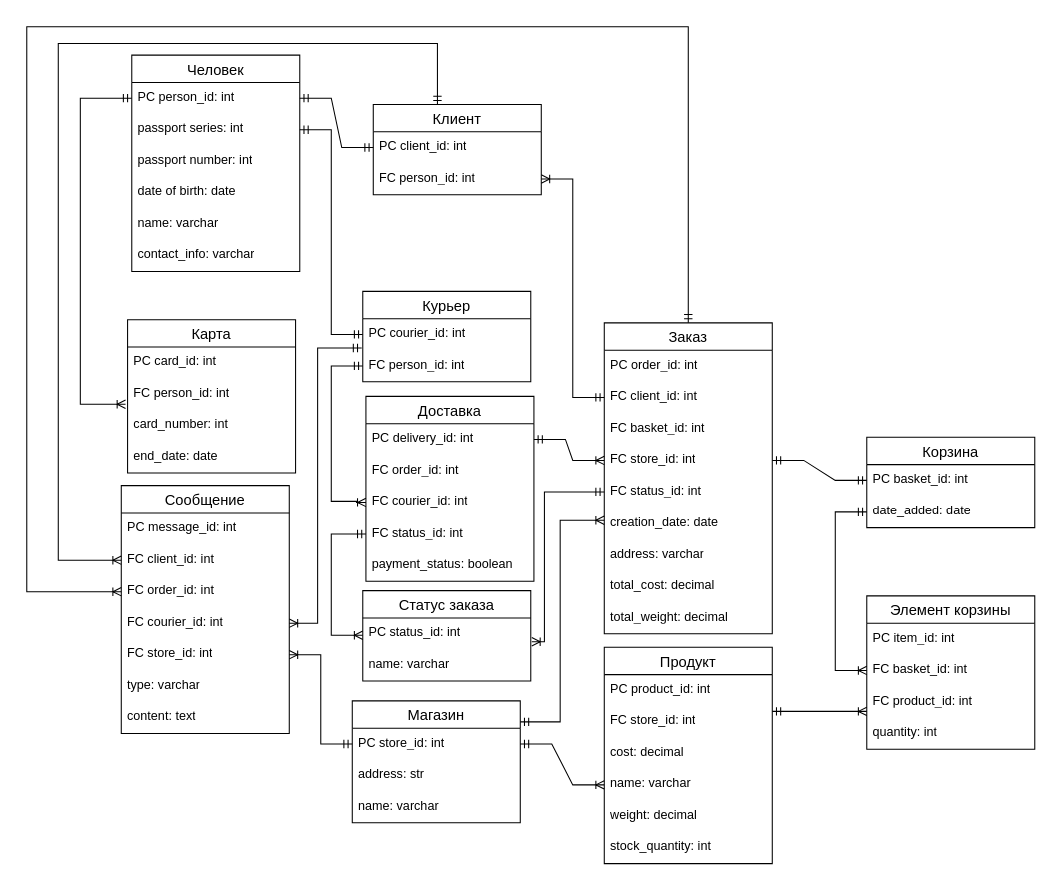
Above: сделанное дела/ER.drawio in 6Ranil6/BD_for_ordering_products (draw.io), before the change. Source tidied: cells renumbered, new cells numbered last; positions are measured from the earlier drawing's top-left corner, leaving out a move shared by most shapes. Both pictures are drawn from the tidied source at 105%, with x=0, y=0 at pixel (26, 26).
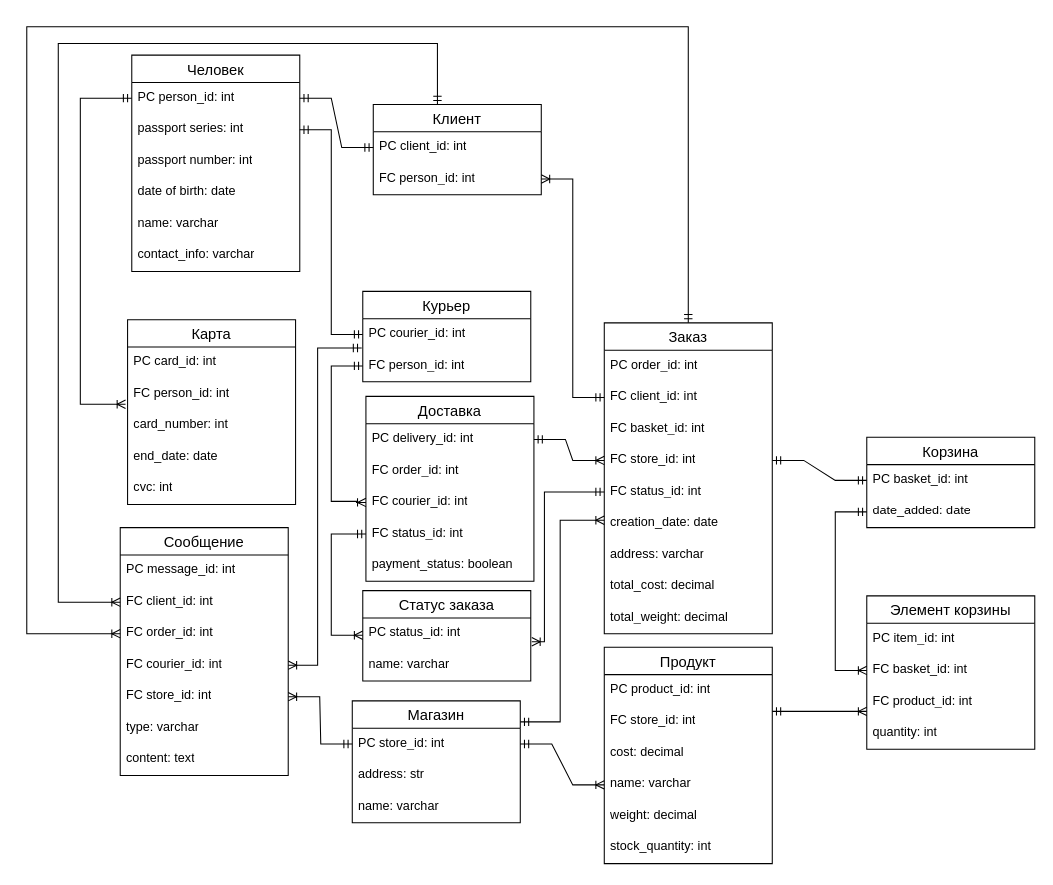
After the change.

The change refers to these unchanged cells:
```xml
<mxCell id="2" value="Заказ" style="swimlane;fontStyle=0;horizontal=1;startSize=26;align=center;fontSize=14;" parent="1" vertex="1">
  <mxGeometry x="550" y="282" width="160" height="296" as="geometry" />
</mxCell>
<mxCell id="16" value="Клиент" style="swimlane;fontStyle=0;horizontal=1;startSize=26;align=center;fontSize=14;" parent="1" vertex="1">
  <mxGeometry x="330" y="74" width="160" height="86" as="geometry" />
</mxCell>
<mxCell id="58" value="FC client_id: int" style="text;strokeColor=none;fillColor=none;spacingLeft=4;spacingRight=4;overflow=hidden;points=[[0,0.5],[1,0.5]];portConstraint=eastwest;fontSize=12;whiteSpace=wrap;html=1;" parent="56" vertex="1">
  <mxGeometry y="56" width="160" height="30" as="geometry" />
</mxCell>
<mxCell id="59" value="FC order_id: int" style="text;strokeColor=none;fillColor=none;spacingLeft=4;spacingRight=4;overflow=hidden;points=[[0,0.5],[1,0.5]];portConstraint=eastwest;fontSize=12;whiteSpace=wrap;html=1;" parent="56" vertex="1">
  <mxGeometry y="86" width="160" height="30" as="geometry" />
</mxCell>
<mxCell id="60" value="FC courier_id: int" style="text;strokeColor=none;fillColor=none;spacingLeft=4;spacingRight=4;overflow=hidden;points=[[0,0.5],[1,0.5]];portConstraint=eastwest;fontSize=12;whiteSpace=wrap;html=1;" parent="56" vertex="1">
  <mxGeometry y="116" width="160" height="30" as="geometry" />
</mxCell>
```

What changed in the source:
```diff
@@
     <mxCell id="19" value="Карта" style="swimlane;fontStyle=0;horizontal=1;startSize=26;align=center;fontSize=14;" parent="1" vertex="1">
-      <mxGeometry x="96" y="279" width="160" height="146" as="geometry" />
+      <mxGeometry x="96" y="279" width="160" height="176" as="geometry" />
     </mxCell>
@@
+    <mxCell id="83" value="cvc: int" style="text;strokeColor=none;fillColor=none;spacingLeft=4;spacingRight=4;overflow=hidden;fontSize=12;whiteSpace=wrap;html=1;" parent="19" vertex="1">
+      <mxGeometry y="146" width="160" height="30" as="geometry" />
+    </mxCell>
@@
     <mxCell id="56" value="Сообщение" style="swimlane;fontStyle=0;horizontal=1;startSize=26;align=center;fontSize=14;" parent="1" vertex="1">
-      <mxGeometry x="90" y="437" width="160" height="236" as="geometry" />
+      <mxGeometry x="89" y="477" width="160" height="236" as="geometry" />
     </mxCell>
@@
     <mxCell id="73" style="edgeStyle=orthogonalEdgeStyle;fontSize=12;html=1;endArrow=ERoneToMany;startArrow=ERmandOne;rounded=0;entryX=1;entryY=0.5;entryDx=0;entryDy=0;" parent="1" edge="1" target="60">
       <mxGeometry relative="1" as="geometry">
         <mxPoint x="319" y="306" as="sourcePoint" />
         <Array as="points">
           <mxPoint x="277" y="306" />
-          <mxPoint x="277" y="568" />
+          <mxPoint x="277" y="608" />
         </Array>
       </mxGeometry>
     </mxCell>
@@
     <mxCell id="75" style="edgeStyle=orthogonalEdgeStyle;fontSize=12;html=1;endArrow=ERoneToMany;startArrow=ERmandOne;rounded=0;entryX=0;entryY=0.5;entryDx=0;entryDy=0;exitX=0.5;exitY=0;exitDx=0;exitDy=0;elbow=vertical;" parent="1" edge="1" source="2" target="59">
       <mxGeometry relative="1" as="geometry">
         <Array as="points">
           <mxPoint x="630" />
           <mxPoint />
-          <mxPoint y="538" />
+          <mxPoint y="578" />
         </Array>
       </mxGeometry>
     </mxCell>
     <mxCell id="76" style="edgeStyle=orthogonalEdgeStyle;fontSize=12;html=1;endArrow=ERoneToMany;startArrow=ERmandOne;rounded=0;entryX=0;entryY=0.5;entryDx=0;entryDy=0;exitX=0.382;exitY=0.002;exitDx=0;exitDy=0;exitPerimeter=0;" parent="1" edge="1" source="16" target="58">
       <mxGeometry relative="1" as="geometry">
         <Array as="points">
           <mxPoint x="391" y="16" />
           <mxPoint x="30" y="16" />
-          <mxPoint x="30" y="508" />
+          <mxPoint x="30" y="548" />
         </Array>
       </mxGeometry>
     </mxCell>
```
